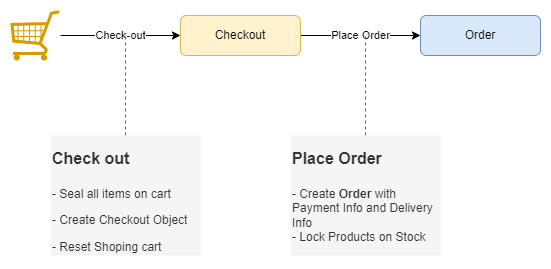
Earlier version of the draw.io export docs/design/order-flows/imgs/orders.drawio.png (nashtech-garage/yas). Source tidied: cells renumbered, new cells last; positions are measured from the earlier drawing's top-left corner, leaving out a move shared by most shapes. Its diagram source:
```xml
<mxGraphModel>
  <root>
    <mxCell id="0" />
    <mxCell id="1" parent="0" />
    <mxCell id="2" value="Check-out" style="edgeStyle=orthogonalEdgeStyle;rounded=0;jettySize=auto;html=1;" parent="1" edge="1" source="3" target="5">
      <mxGeometry relative="1" as="geometry" />
    </mxCell>
    <mxCell id="3" style="verticalLabelPosition=bottom;shadow=0;dashed=0;align=center;html=1;verticalAlign=top;strokeWidth=1;shape=mxgraph.mockup.misc.shoppingCart;strokeColor=#d79b00;fillColor=#ffe6cc;" parent="1" vertex="1">
      <mxGeometry width="50" height="50" as="geometry" />
    </mxCell>
    <mxCell id="4" value="Place Order" style="edgeStyle=orthogonalEdgeStyle;rounded=0;jettySize=auto;html=1;" parent="1" edge="1" source="5" target="8">
      <mxGeometry relative="1" as="geometry" />
    </mxCell>
    <mxCell id="5" value="Checkout" style="rounded=1;whiteSpace=wrap;html=1;fillColor=#fff2cc;strokeColor=#d6b656;" parent="1" vertex="1">
      <mxGeometry x="170" y="5" width="120" height="40" as="geometry" />
    </mxCell>
    <mxCell id="6" style="edgeStyle=orthogonalEdgeStyle;rounded=0;jettySize=auto;html=1;fillColor=#f5f5f5;strokeColor=#666666;endArrow=none;endFill=0;dashed=1;" parent="1" edge="1" source="7">
      <mxGeometry relative="1" as="geometry">
        <mxPoint x="115" y="25" as="targetPoint" />
      </mxGeometry>
    </mxCell>
    <mxCell id="7" value="&lt;h1 style=&quot;margin-top: 0px;&quot;&gt;&lt;font style=&quot;font-size: 16px;&quot;&gt;Check out&lt;/font&gt;&lt;/h1&gt;&lt;p&gt;- Seal all items on cart&lt;/p&gt;&lt;p&gt;- Create Checkout Object&lt;/p&gt;&lt;p&gt;- Reset Shoping cart&lt;/p&gt;" style="text;html=1;whiteSpace=wrap;overflow=hidden;rounded=0;fillColor=#f5f5f5;fontColor=#333333;strokeColor=none;" parent="1" vertex="1">
      <mxGeometry x="40" y="125" width="150" height="120" as="geometry" />
    </mxCell>
    <mxCell id="8" value="Order" style="rounded=1;whiteSpace=wrap;html=1;fillColor=#dae8fc;strokeColor=#6c8ebf;" parent="1" vertex="1">
      <mxGeometry x="410" y="5" width="120" height="40" as="geometry" />
    </mxCell>
    <mxCell id="9" style="edgeStyle=orthogonalEdgeStyle;rounded=0;jettySize=auto;html=1;dashed=1;strokeColor=#666666;align=center;verticalAlign=middle;fontFamily=Helvetica;fontSize=11;fontColor=default;labelBackgroundColor=default;endArrow=none;endFill=0;fillColor=#f5f5f5;" parent="1" edge="1" source="10">
      <mxGeometry relative="1" as="geometry">
        <mxPoint x="355" y="25" as="targetPoint" />
      </mxGeometry>
    </mxCell>
    <mxCell id="10" value="&lt;h1 style=&quot;margin-top: 0px;&quot;&gt;&lt;font style=&quot;font-size: 16px;&quot;&gt;Place Order&lt;/font&gt;&lt;/h1&gt;&lt;p&gt;- Create &lt;b&gt;Order &lt;/b&gt;with Payment Info and Delivery Info&lt;br&gt;- Lock Products on Stock&lt;/p&gt;" style="text;html=1;whiteSpace=wrap;overflow=hidden;rounded=0;fillColor=#f5f5f5;fontColor=#333333;strokeColor=none;" parent="1" vertex="1">
      <mxGeometry x="280" y="125" width="150" height="120" as="geometry" />
    </mxCell>
  </root>
</mxGraphModel>
```
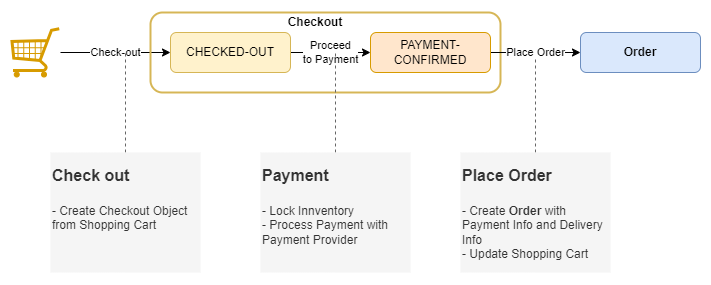
Later version of the same file.

Commit message:
Update overview diagram, move delete card to after order placement,  add coupon code flow

Change to the diagram source:
```diff
@@ -2,36 +2,56 @@
   <root>
     <mxCell id="0" />
     <mxCell id="1" parent="0" />
-    <mxCell id="2" value="Check-out" style="edgeStyle=orthogonalEdgeStyle;rounded=0;jettySize=auto;html=1;" parent="1" edge="1" source="3" target="5">
+    <mxCell id="2" value="Check-out" style="edgeStyle=orthogonalEdgeStyle;rounded=0;jettySize=auto;html=1;entryX=0;entryY=0.5;entryDx=0;entryDy=0;" parent="1" edge="1" source="3" target="13">
       <mxGeometry relative="1" as="geometry" />
     </mxCell>
+    <mxCell id="5" style="rounded=1;whiteSpace=wrap;html=1;fillColor=none;strokeColor=#d6b656;strokeWidth=2;" parent="1" vertex="1">
+      <mxGeometry x="140" y="-15" width="350" height="80" as="geometry" />
+    </mxCell>
     <mxCell id="3" style="verticalLabelPosition=bottom;shadow=0;dashed=0;align=center;html=1;verticalAlign=top;strokeWidth=1;shape=mxgraph.mockup.misc.shoppingCart;strokeColor=#d79b00;fillColor=#ffe6cc;" parent="1" vertex="1">
       <mxGeometry width="50" height="50" as="geometry" />
     </mxCell>
-    <mxCell id="4" value="Place Order" style="edgeStyle=orthogonalEdgeStyle;rounded=0;jettySize=auto;html=1;" parent="1" edge="1" source="5" target="8">
-      <mxGeometry relative="1" as="geometry" />
-    </mxCell>
-    <mxCell id="5" value="Checkout" style="rounded=1;whiteSpace=wrap;html=1;fillColor=#fff2cc;strokeColor=#d6b656;" parent="1" vertex="1">
-      <mxGeometry x="170" y="5" width="120" height="40" as="geometry" />
-    </mxCell>
     <mxCell id="6" style="edgeStyle=orthogonalEdgeStyle;rounded=0;jettySize=auto;html=1;fillColor=#f5f5f5;strokeColor=#666666;endArrow=none;endFill=0;dashed=1;" parent="1" edge="1" source="7">
       <mxGeometry relative="1" as="geometry">
         <mxPoint x="115" y="25" as="targetPoint" />
       </mxGeometry>
     </mxCell>
-    <mxCell id="7" value="&lt;h1 style=&quot;margin-top: 0px;&quot;&gt;&lt;font style=&quot;font-size: 16px;&quot;&gt;Check out&lt;/font&gt;&lt;/h1&gt;&lt;p&gt;- Seal all items on cart&lt;/p&gt;&lt;p&gt;- Create Checkout Object&lt;/p&gt;&lt;p&gt;- Reset Shoping cart&lt;/p&gt;" style="text;html=1;whiteSpace=wrap;overflow=hidden;rounded=0;fillColor=#f5f5f5;fontColor=#333333;strokeColor=none;" parent="1" vertex="1">
+    <mxCell id="7" value="&lt;h1 style=&quot;margin-top: 0px;&quot;&gt;&lt;font style=&quot;font-size: 16px;&quot;&gt;Check out&lt;/font&gt;&lt;/h1&gt;&lt;p&gt;&lt;span style=&quot;background-color: initial;&quot;&gt;- Create Checkout Object from Shopping Cart&lt;/span&gt;&lt;/p&gt;" style="text;html=1;whiteSpace=wrap;overflow=hidden;rounded=0;fillColor=#f5f5f5;fontColor=#333333;strokeColor=none;" parent="1" vertex="1">
       <mxGeometry x="40" y="125" width="150" height="120" as="geometry" />
     </mxCell>
-    <mxCell id="8" value="Order" style="rounded=1;whiteSpace=wrap;html=1;fillColor=#dae8fc;strokeColor=#6c8ebf;" parent="1" vertex="1">
-      <mxGeometry x="410" y="5" width="120" height="40" as="geometry" />
+    <mxCell id="8" value="Order" style="rounded=1;whiteSpace=wrap;html=1;fillColor=#dae8fc;strokeColor=#6c8ebf;fontStyle=1;" parent="1" vertex="1">
+      <mxGeometry x="570" y="5" width="120" height="40" as="geometry" />
     </mxCell>
-    <mxCell id="9" style="edgeStyle=orthogonalEdgeStyle;rounded=0;jettySize=auto;html=1;dashed=1;strokeColor=#666666;align=center;verticalAlign=middle;fontFamily=Helvetica;fontSize=11;fontColor=default;labelBackgroundColor=default;endArrow=none;endFill=0;fillColor=#f5f5f5;" parent="1" edge="1" source="10">
-      <mxGeometry relative="1" as="geometry">
-        <mxPoint x="355" y="25" as="targetPoint" />
-      </mxGeometry>
-    </mxCell>
+    <mxCell id="11" style="edgeStyle=orthogonalEdgeStyle;rounded=0;jettySize=auto;html=1;dashed=1;strokeColor=#666666;align=center;verticalAlign=middle;fontFamily=Helvetica;fontSize=11;fontColor=default;labelBackgroundColor=default;endArrow=none;endFill=0;fillColor=#f5f5f5;" parent="1" edge="1" source="10">
+      <mxGeometry relative="1" as="geometry">
+        <mxPoint x="525" y="25" as="targetPoint" />
+      </mxGeometry>
+    </mxCell>
-    <mxCell id="10" value="&lt;h1 style=&quot;margin-top: 0px;&quot;&gt;&lt;font style=&quot;font-size: 16px;&quot;&gt;Place Order&lt;/font&gt;&lt;/h1&gt;&lt;p&gt;- Create &lt;b&gt;Order &lt;/b&gt;with Payment Info and Delivery Info&lt;br&gt;- Lock Products on Stock&lt;/p&gt;" style="text;html=1;whiteSpace=wrap;overflow=hidden;rounded=0;fillColor=#f5f5f5;fontColor=#333333;strokeColor=none;" parent="1" vertex="1">
-      <mxGeometry x="280" y="125" width="150" height="120" as="geometry" />
+    <mxCell id="10" value="&lt;h1 style=&quot;margin-top: 0px;&quot;&gt;&lt;font style=&quot;font-size: 16px;&quot;&gt;Place Order&lt;/font&gt;&lt;/h1&gt;&lt;p&gt;- Create &lt;b&gt;Order &lt;/b&gt;with Payment Info and Delivery Info&lt;br&gt;- Update Shopping Cart&lt;/p&gt;" style="text;html=1;whiteSpace=wrap;overflow=hidden;rounded=0;fillColor=#f5f5f5;fontColor=#333333;strokeColor=none;" parent="1" vertex="1">
+      <mxGeometry x="450" y="125" width="150" height="120" as="geometry" />
     </mxCell>
+    <mxCell id="12" value="Proceed&lt;br&gt;to Payment" style="edgeStyle=orthogonalEdgeStyle;rounded=0;jettySize=auto;html=1;" parent="1" edge="1" source="13" target="14">
+      <mxGeometry relative="1" as="geometry" />
+    </mxCell>
+    <mxCell id="13" value="CHECKED-OUT" style="rounded=1;whiteSpace=wrap;html=1;fillColor=#fff2cc;strokeColor=#d6b656;" parent="1" vertex="1">
+      <mxGeometry x="160" y="5" width="120" height="40" as="geometry" />
+    </mxCell>
+    <mxCell id="4" value="Place Order" style="edgeStyle=orthogonalEdgeStyle;rounded=0;jettySize=auto;html=1;entryX=0;entryY=0.5;entryDx=0;entryDy=0;" parent="1" edge="1" source="14" target="8">
+      <mxGeometry relative="1" as="geometry" />
+    </mxCell>
+    <mxCell id="14" value="PAYMENT-CONFIRMED" style="rounded=1;whiteSpace=wrap;html=1;fillColor=#ffe6cc;strokeColor=#d79b00;" parent="1" vertex="1">
+      <mxGeometry x="360" y="5" width="120" height="40" as="geometry" />
+    </mxCell>
+    <mxCell id="15" style="edgeStyle=orthogonalEdgeStyle;rounded=0;jettySize=auto;html=1;dashed=1;strokeColor=#666666;align=center;verticalAlign=middle;fontFamily=Helvetica;fontSize=11;fontColor=default;labelBackgroundColor=default;endArrow=none;endFill=0;fillColor=#f5f5f5;" parent="1" edge="1" source="16">
+      <mxGeometry relative="1" as="geometry">
+        <mxPoint x="325" y="25" as="targetPoint" />
+      </mxGeometry>
+    </mxCell>
+    <mxCell id="16" value="&lt;h1 style=&quot;margin-top: 0px;&quot;&gt;&lt;font style=&quot;font-size: 16px;&quot;&gt;Payment&lt;/font&gt;&lt;/h1&gt;&lt;p&gt;- Lock Innventory&lt;br&gt;- Process Payment with Payment Provider&lt;/p&gt;" style="text;html=1;whiteSpace=wrap;overflow=hidden;rounded=0;fillColor=#f5f5f5;fontColor=#333333;strokeColor=none;" parent="1" vertex="1">
+      <mxGeometry x="250" y="125" width="150" height="120" as="geometry" />
+    </mxCell>
+    <mxCell id="17" value="&lt;b&gt;Checkout&lt;/b&gt;" style="text;html=1;align=center;verticalAlign=middle;whiteSpace=wrap;rounded=0;" parent="1" vertex="1">
+      <mxGeometry x="250" y="-17" width="110" height="24" as="geometry" />
+    </mxCell>
   </root>
 </mxGraphModel>
```
